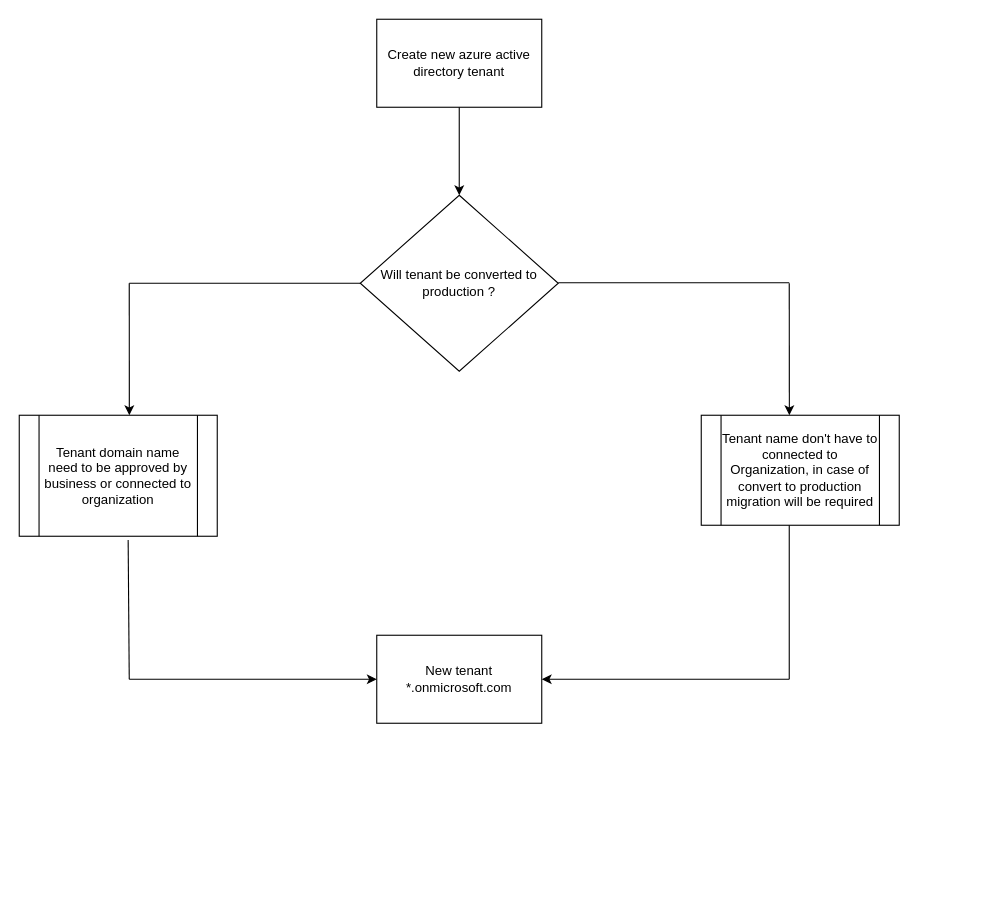
Earlier version of the draw.io diagram assets/images/M365-Lab/Tenant-Decision.drawio (mimachniak/sysopslife.pages). Source tidied: cells renumbered, new cells numbered last; positions are measured from the earlier drawing's top-left corner, leaving out a move shared by most shapes. Both pictures are drawn from the tidied source at 110%, with x=0, y=0 at pixel (19, 19).
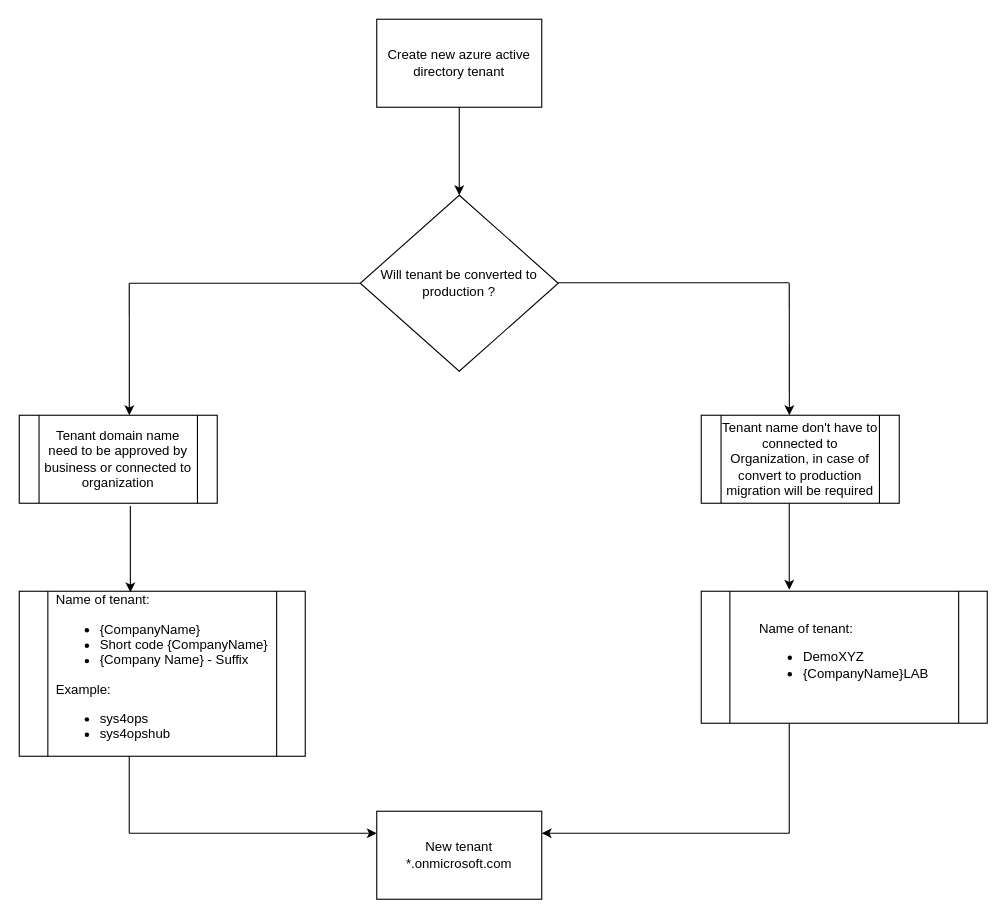
Above is the later version.

What changed in the source:
```diff
@@
     <mxCell id="5" value="Tenant domain name need to be approved by business or connected to organization" style="shape=process;whiteSpace=wrap;html=1;backgroundOutline=1;" parent="1" vertex="1">
-      <mxGeometry y="360" width="180" height="110" as="geometry" />
+      <mxGeometry y="360" width="180" height="80" as="geometry" />
     </mxCell>
     <mxCell id="6" value="Tenant name don't have to connected to Organization, in case of convert to production migration will be required" style="shape=process;whiteSpace=wrap;html=1;backgroundOutline=1;" parent="1" vertex="1">
-      <mxGeometry x="620" y="360" width="180" height="100" as="geometry" />
+      <mxGeometry x="620" y="360" width="180" height="80" as="geometry" />
     </mxCell>
     <mxCell id="7" value="New tenant *.onmicrosoft.com" style="rounded=0;whiteSpace=wrap;html=1;" parent="1" vertex="1">
-      <mxGeometry x="325" y="560" width="150" height="80" as="geometry" />
+      <mxGeometry x="325" y="720" width="150" height="80" as="geometry" />
     </mxCell>
@@
-    <mxCell id="12" style="endArrow=none;html=1;entryX=0.55;entryY=1.03;entryDx=0;entryDy=0;entryPerimeter=0;" parent="1" edge="1" target="5">
-      <mxGeometry relative="1" as="geometry">
-        <mxPoint x="100" y="600" as="sourcePoint" />
-      </mxGeometry>
-    </mxCell>
-    <mxCell id="13" style="endArrow=none;html=1;entryX=0.55;entryY=1.03;entryDx=0;entryDy=0;entryPerimeter=0;" parent="1" edge="1">
-      <mxGeometry relative="1" as="geometry">
-        <mxPoint x="700" y="600" as="sourcePoint" />
-        <mxPoint x="700" y="460" as="targetPoint" />
-      </mxGeometry>
-    </mxCell>
-    <mxCell id="14" style="endArrow=classic;html=1;entryX=0;entryY=0.5;entryDx=0;entryDy=0;" parent="1" edge="1" target="7">
-      <mxGeometry relative="1" as="geometry">
-        <mxPoint x="100" y="600" as="sourcePoint" />
-      </mxGeometry>
-    </mxCell>
-    <mxCell id="15" style="endArrow=classic;html=1;entryX=1;entryY=0.5;entryDx=0;entryDy=0;" parent="1" edge="1" target="7">
-      <mxGeometry relative="1" as="geometry">
-        <mxPoint x="700" y="600" as="sourcePoint" />
-      </mxGeometry>
-    </mxCell>
+    <mxCell id="16" value="&lt;div style=&quot;text-align: left&quot;&gt;&lt;span&gt;Name of tenant:&lt;/span&gt;&lt;/div&gt;&lt;div style=&quot;text-align: left&quot;&gt;&lt;ul&gt;&lt;li&gt;&lt;span&gt;{CompanyName}&lt;/span&gt;&lt;/li&gt;&lt;li&gt;&lt;span&gt;Short code {CompanyName}&lt;/span&gt;&lt;/li&gt;&lt;li&gt;{Company Name} - Suffix&lt;/li&gt;&lt;/ul&gt;&lt;div&gt;Example:&lt;/div&gt;&lt;div&gt;&lt;ul&gt;&lt;li&gt;sys4ops&lt;/li&gt;&lt;li&gt;sys4opshub&lt;/li&gt;&lt;/ul&gt;&lt;/div&gt;&lt;/div&gt;" style="shape=process;whiteSpace=wrap;html=1;backgroundOutline=1;" parent="1" vertex="1">
+      <mxGeometry y="520" width="260" height="150" as="geometry" />
+    </mxCell>
+    <mxCell id="17" value="&lt;div style=&quot;text-align: left&quot;&gt;&lt;span&gt;Name of tenant:&lt;/span&gt;&lt;/div&gt;&lt;div style=&quot;text-align: left&quot;&gt;&lt;ul&gt;&lt;li&gt;DemoXYZ&lt;/li&gt;&lt;li&gt;{CompanyName}LAB&lt;/li&gt;&lt;/ul&gt;&lt;/div&gt;" style="shape=process;whiteSpace=wrap;html=1;backgroundOutline=1;" parent="1" vertex="1">
+      <mxGeometry x="620" y="520" width="260" height="120" as="geometry" />
+    </mxCell>
+    <mxCell id="18" style="endArrow=classic;html=1;exitX=0.572;exitY=1.031;exitDx=0;exitDy=0;exitPerimeter=0;entryX=0.396;entryY=0.007;entryDx=0;entryDy=0;entryPerimeter=0;" parent="1" edge="1">
+      <mxGeometry relative="1" as="geometry">
+        <mxPoint x="101" y="442.5" as="sourcePoint" />
+        <mxPoint x="101" y="521" as="targetPoint" />
+      </mxGeometry>
+    </mxCell>
+    <mxCell id="19" style="endArrow=classic;html=1;exitX=0.572;exitY=1.031;exitDx=0;exitDy=0;exitPerimeter=0;entryX=0.396;entryY=0.007;entryDx=0;entryDy=0;entryPerimeter=0;" parent="1" edge="1">
+      <mxGeometry relative="1" as="geometry">
+        <mxPoint x="700" y="440" as="sourcePoint" />
+        <mxPoint x="700" y="518.6" as="targetPoint" />
+      </mxGeometry>
+    </mxCell>
+    <mxCell id="20" style="endArrow=none;html=1;" parent="1" edge="1">
+      <mxGeometry relative="1" as="geometry">
+        <mxPoint x="700" y="740" as="sourcePoint" />
+        <mxPoint x="700" y="640" as="targetPoint" />
+      </mxGeometry>
+    </mxCell>
+    <mxCell id="21" style="endArrow=none;html=1;" parent="1" edge="1">
+      <mxGeometry relative="1" as="geometry">
+        <mxPoint x="100" y="740" as="sourcePoint" />
+        <mxPoint x="100" y="670" as="targetPoint" />
+      </mxGeometry>
+    </mxCell>
+    <mxCell id="22" style="endArrow=classic;html=1;entryX=0;entryY=0.25;entryDx=0;entryDy=0;" parent="1" edge="1" target="7">
+      <mxGeometry relative="1" as="geometry">
+        <mxPoint x="100" y="740" as="sourcePoint" />
+      </mxGeometry>
+    </mxCell>
+    <mxCell id="23" style="endArrow=classic;html=1;entryX=1;entryY=0.25;entryDx=0;entryDy=0;" parent="1" edge="1" target="7">
+      <mxGeometry relative="1" as="geometry">
+        <mxPoint x="700" y="740" as="sourcePoint" />
+      </mxGeometry>
+    </mxCell>
```
